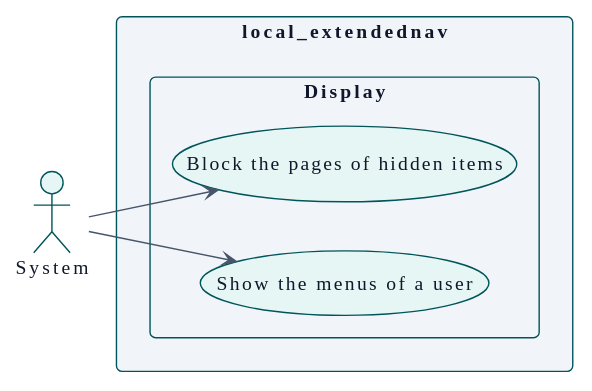
Above: docs/es/technical/requirements/use-cases-system.svg in didactika/moodle-local_extendednav (PlantUML), before the change.
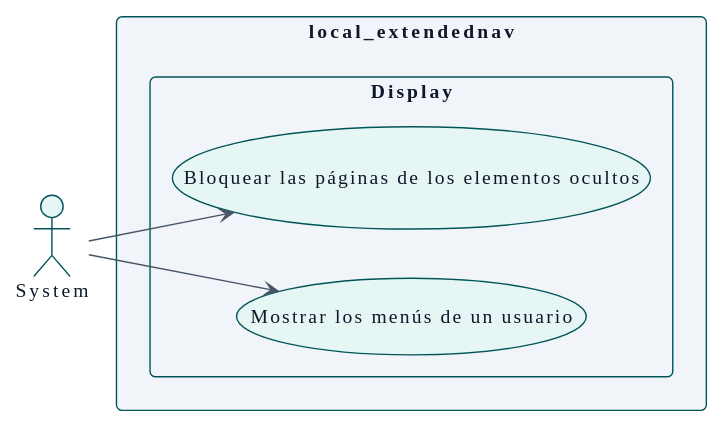
The same diagram one commit later.

What changed in the source:
```diff
@@ -110,8 +110,8 @@
 
 rectangle "local_extendednav" {
   package "Display" {
-    usecase "Show the menus of a user" as UC_showMenus
-    usecase "Block the pages of hidden items" as UC_blockUrl
+    usecase "Mostrar los menús de un usuario" as UC_showMenus
+    usecase "Bloquear las páginas de los elementos ocultos" as UC_blockUrl
   }
 }
 
```
